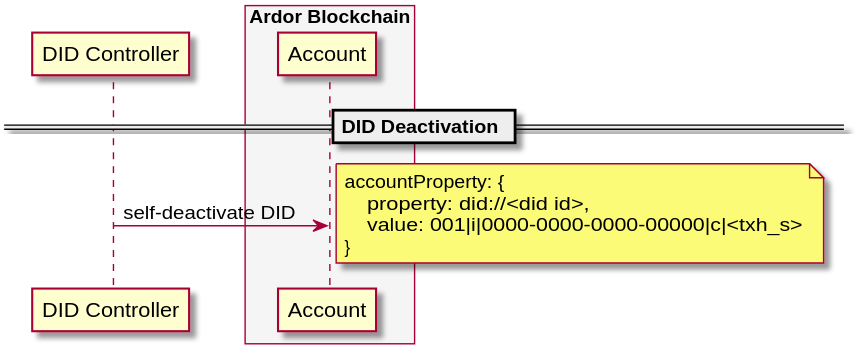
blobaa/bba-did-method-specification keeps this PlantUML diagram as docs/plantuml/out/did-deactivate.svg. Above is the earlier version. Source of this version:
```plantuml
@startuml
skinparam BoxPadding 15
skinparam ParticipantPadding 15


participant "DID Controller" as DCR
box "Ardor Blockchain" #WhiteSmoke
    participant "Account" as ATTE
end box


== DID Deactivation ==

DCR -> ATTE: self-deactivate DID
note right
    accountProperty: {
        property: did://<did id>,
        value: 001|i|0000-0000-0000-00000|c|<txh_s>
    }
end note


@enduml
```
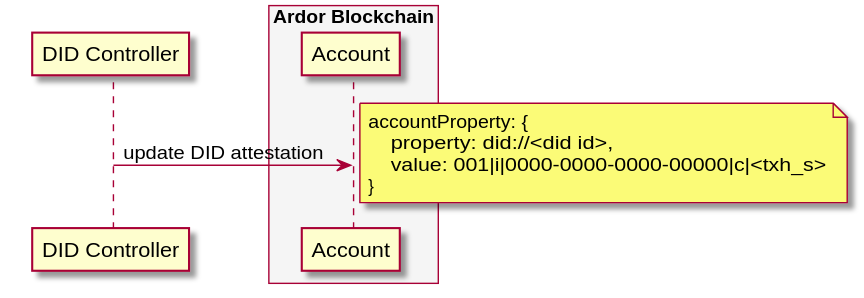
After the change.

Diff of the diagram source:
```diff
@@ -9,9 +9,7 @@
 end box
 
 
-== DID Deactivation ==
-
-DCR -> ATTE: self-deactivate DID
+DCR -> ATTE: update DID attestation
 note right
     accountProperty: {
         property: did://<did id>,
```
